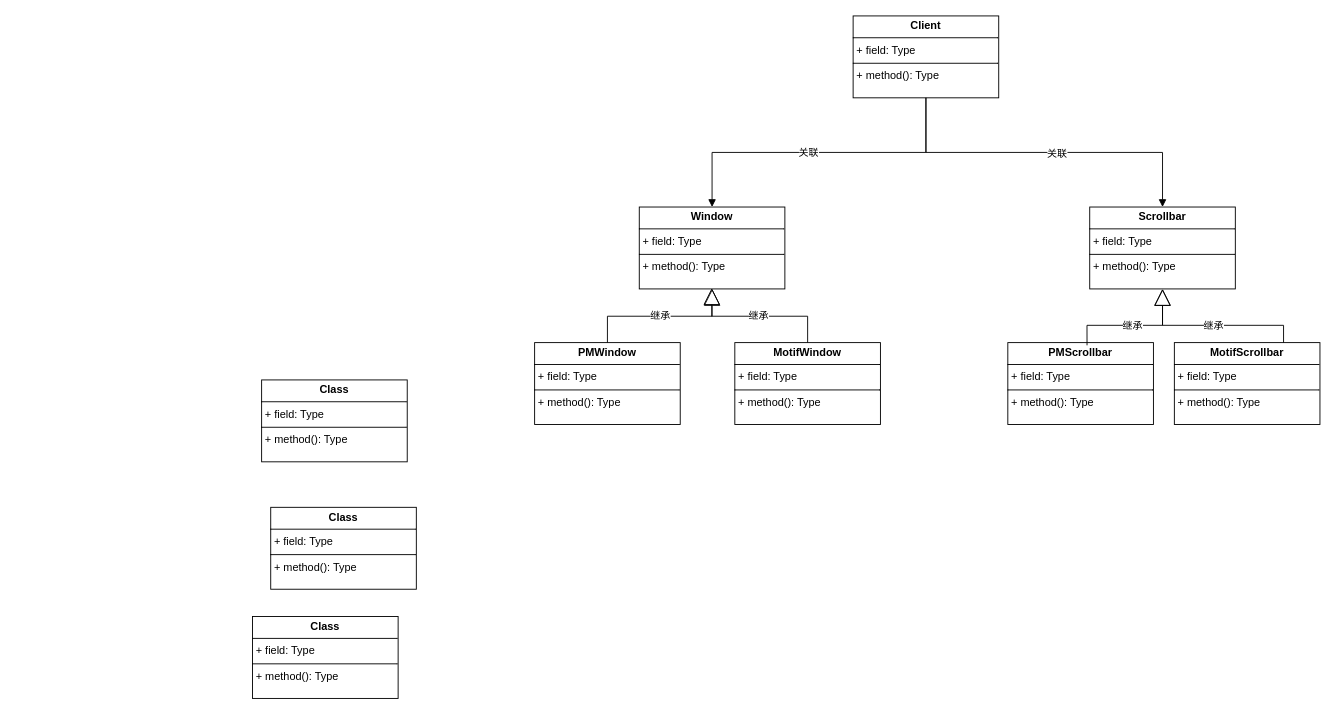
liyunhao2/technology keeps this draw.io diagram as page "第 2 页" (2 of 2) of 设计模式.drawio. Above is the earlier version. Source tidied: cells renumbered, new cells numbered last; positions are measured from the earlier drawing's top-left corner, leaving out a move shared by most shapes. Both pictures are drawn from the tidied source at 91%, with x=0, y=0 at pixel (252, 15).
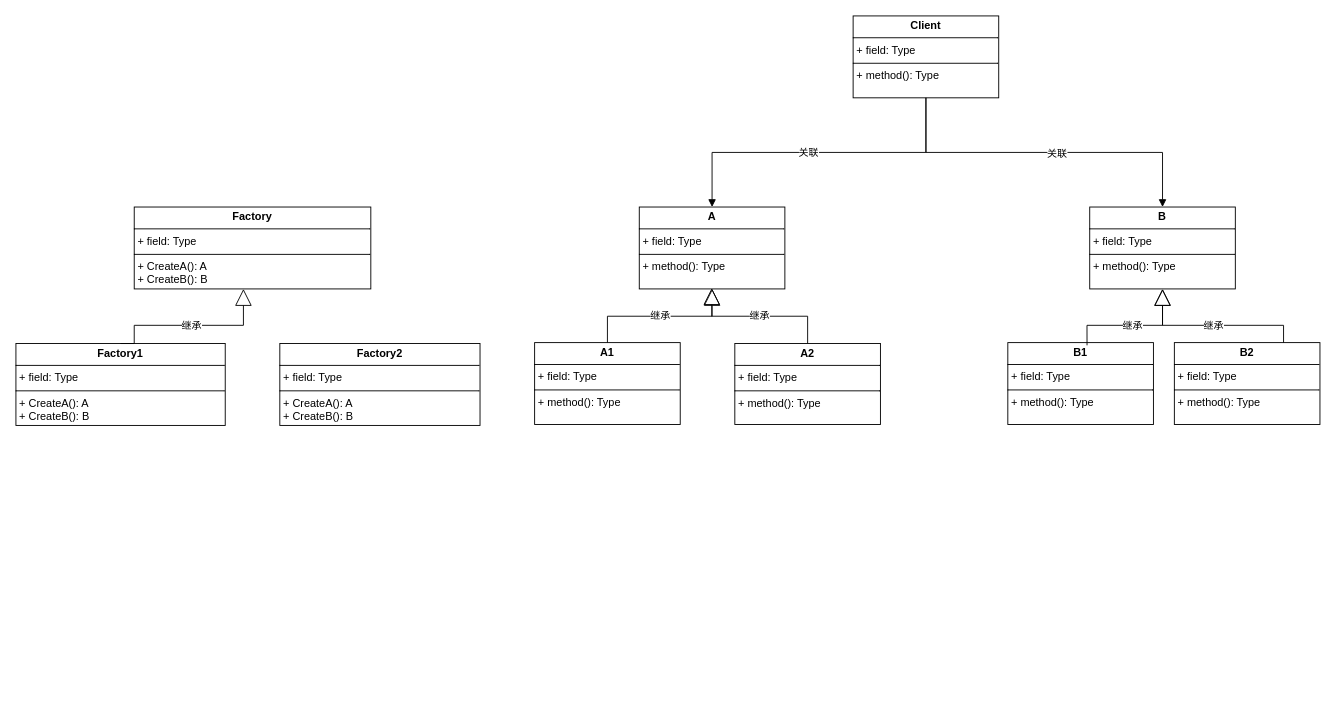
The same page after the edit.

Commit message (it also covers changes not shown here):
更新设计模式.drawio

The edit, as a diff of the source:
```diff
@@
-    <mxCell id="3" value="&lt;p style=&quot;margin:0px;margin-top:4px;text-align:center;&quot;&gt;&lt;b&gt;PMWindow&lt;/b&gt;&lt;/p&gt;&lt;hr size=&quot;1&quot; style=&quot;border-style:solid;&quot;&gt;&lt;p style=&quot;margin:0px;margin-left:4px;&quot;&gt;+ field: Type&lt;/p&gt;&lt;hr size=&quot;1&quot; style=&quot;border-style:solid;&quot;&gt;&lt;p style=&quot;margin:0px;margin-left:4px;&quot;&gt;+ method(): Type&lt;/p&gt;" style="verticalAlign=top;align=left;overflow=fill;html=1;whiteSpace=wrap;" parent="1" vertex="1">
+    <mxCell id="3" value="&lt;p style=&quot;margin:0px;margin-top:4px;text-align:center;&quot;&gt;&lt;b&gt;A1&lt;/b&gt;&lt;/p&gt;&lt;hr size=&quot;1&quot; style=&quot;border-style:solid;&quot;&gt;&lt;p style=&quot;margin:0px;margin-left:4px;&quot;&gt;+ field: Type&lt;/p&gt;&lt;hr size=&quot;1&quot; style=&quot;border-style:solid;&quot;&gt;&lt;p style=&quot;margin:0px;margin-left:4px;&quot;&gt;+ method(): Type&lt;/p&gt;" style="verticalAlign=top;align=left;overflow=fill;html=1;whiteSpace=wrap;" parent="1" vertex="1">
       <mxGeometry x="310" y="359" width="160" height="90" as="geometry" />
     </mxCell>
-    <mxCell id="4" value="&lt;p style=&quot;margin:0px;margin-top:4px;text-align:center;&quot;&gt;&lt;b&gt;Window&lt;/b&gt;&lt;/p&gt;&lt;hr size=&quot;1&quot; style=&quot;border-style:solid;&quot;&gt;&lt;p style=&quot;margin:0px;margin-left:4px;&quot;&gt;+ field: Type&lt;/p&gt;&lt;hr size=&quot;1&quot; style=&quot;border-style:solid;&quot;&gt;&lt;p style=&quot;margin:0px;margin-left:4px;&quot;&gt;+ method(): Type&lt;/p&gt;" style="verticalAlign=top;align=left;overflow=fill;html=1;whiteSpace=wrap;" parent="1" vertex="1">
+    <mxCell id="4" value="&lt;p style=&quot;margin:0px;margin-top:4px;text-align:center;&quot;&gt;&lt;b&gt;A&lt;/b&gt;&lt;/p&gt;&lt;hr size=&quot;1&quot; style=&quot;border-style:solid;&quot;&gt;&lt;p style=&quot;margin:0px;margin-left:4px;&quot;&gt;+ field: Type&lt;/p&gt;&lt;hr size=&quot;1&quot; style=&quot;border-style:solid;&quot;&gt;&lt;p style=&quot;margin:0px;margin-left:4px;&quot;&gt;+ method(): Type&lt;/p&gt;" style="verticalAlign=top;align=left;overflow=fill;html=1;whiteSpace=wrap;" parent="1" vertex="1">
       <mxGeometry x="425" y="210" width="160" height="90" as="geometry" />
     </mxCell>
-    <mxCell id="5" value="&lt;p style=&quot;margin:0px;margin-top:4px;text-align:center;&quot;&gt;&lt;b&gt;MotifWindow&lt;/b&gt;&lt;/p&gt;&lt;hr size=&quot;1&quot; style=&quot;border-style:solid;&quot;&gt;&lt;p style=&quot;margin:0px;margin-left:4px;&quot;&gt;+ field: Type&lt;/p&gt;&lt;hr size=&quot;1&quot; style=&quot;border-style:solid;&quot;&gt;&lt;p style=&quot;margin:0px;margin-left:4px;&quot;&gt;+ method(): Type&lt;/p&gt;" style="verticalAlign=top;align=left;overflow=fill;html=1;whiteSpace=wrap;" parent="1" vertex="1">
-      <mxGeometry x="530" y="359" width="160" height="90" as="geometry" />
+    <mxCell id="5" value="&lt;p style=&quot;margin:0px;margin-top:4px;text-align:center;&quot;&gt;&lt;b&gt;A2&lt;/b&gt;&lt;br&gt;&lt;/p&gt;&lt;hr size=&quot;1&quot; style=&quot;border-style:solid;&quot;&gt;&lt;p style=&quot;margin:0px;margin-left:4px;&quot;&gt;+ field: Type&lt;/p&gt;&lt;hr size=&quot;1&quot; style=&quot;border-style:solid;&quot;&gt;&lt;p style=&quot;margin:0px;margin-left:4px;&quot;&gt;+ method(): Type&lt;/p&gt;" style="verticalAlign=top;align=left;overflow=fill;html=1;whiteSpace=wrap;" parent="1" vertex="1">
+      <mxGeometry x="530" y="360" width="160" height="89" as="geometry" />
     </mxCell>
-    <mxCell id="6" value="&lt;p style=&quot;margin:0px;margin-top:4px;text-align:center;&quot;&gt;&lt;b&gt;Class&lt;/b&gt;&lt;/p&gt;&lt;hr size=&quot;1&quot; style=&quot;border-style:solid;&quot;/&gt;&lt;p style=&quot;margin:0px;margin-left:4px;&quot;&gt;+ field: Type&lt;/p&gt;&lt;hr size=&quot;1&quot; style=&quot;border-style:solid;&quot;/&gt;&lt;p style=&quot;margin:0px;margin-left:4px;&quot;&gt;+ method(): Type&lt;/p&gt;" style="verticalAlign=top;align=left;overflow=fill;html=1;whiteSpace=wrap;" parent="1" vertex="1">
-      <mxGeometry x="10" y="400" width="160" height="90" as="geometry" />
+    <mxCell id="6" value="&lt;p style=&quot;margin:0px;margin-top:4px;text-align:center;&quot;&gt;&lt;b&gt;Factory&lt;/b&gt;&lt;/p&gt;&lt;hr size=&quot;1&quot; style=&quot;border-style:solid;&quot;&gt;&lt;p style=&quot;margin:0px;margin-left:4px;&quot;&gt;+ field: Type&lt;br&gt;&lt;/p&gt;&lt;hr size=&quot;1&quot; style=&quot;border-style:solid;&quot;&gt;&lt;p style=&quot;margin:0px;margin-left:4px;&quot;&gt;+ CreateA(): A&lt;/p&gt;&lt;p style=&quot;margin:0px;margin-left:4px;&quot;&gt;+ CreateB(): B&lt;br&gt;&lt;/p&gt;" style="verticalAlign=top;align=left;overflow=fill;html=1;whiteSpace=wrap;" parent="1" vertex="1">
+      <mxGeometry x="-130" y="210" width="260" height="90" as="geometry" />
     </mxCell>
-    <mxCell id="7" value="&lt;p style=&quot;margin:0px;margin-top:4px;text-align:center;&quot;&gt;&lt;b&gt;Class&lt;/b&gt;&lt;/p&gt;&lt;hr size=&quot;1&quot; style=&quot;border-style:solid;&quot;/&gt;&lt;p style=&quot;margin:0px;margin-left:4px;&quot;&gt;+ field: Type&lt;/p&gt;&lt;hr size=&quot;1&quot; style=&quot;border-style:solid;&quot;/&gt;&lt;p style=&quot;margin:0px;margin-left:4px;&quot;&gt;+ method(): Type&lt;/p&gt;" style="verticalAlign=top;align=left;overflow=fill;html=1;whiteSpace=wrap;" parent="1" vertex="1">
-      <mxGeometry x="20" y="540" width="160" height="90" as="geometry" />
+    <mxCell id="7" value="&lt;p style=&quot;margin:0px;margin-top:4px;text-align:center;&quot;&gt;&lt;b&gt;Factory1&lt;/b&gt;&lt;/p&gt;&lt;hr size=&quot;1&quot; style=&quot;border-style:solid;&quot;&gt;&lt;p style=&quot;margin:0px;margin-left:4px;&quot;&gt;+ field: Type&lt;/p&gt;&lt;hr size=&quot;1&quot; style=&quot;border-style:solid;&quot;&gt;&lt;p style=&quot;margin: 0px 0px 0px 4px;&quot;&gt;+ CreateA(): A&lt;/p&gt;&lt;p style=&quot;margin: 0px 0px 0px 4px;&quot;&gt;+ CreateB(): B&lt;/p&gt;" style="verticalAlign=top;align=left;overflow=fill;html=1;whiteSpace=wrap;" parent="1" vertex="1">
+      <mxGeometry x="-260" y="360" width="230" height="90" as="geometry" />
     </mxCell>
-    <mxCell id="8" value="&lt;p style=&quot;margin:0px;margin-top:4px;text-align:center;&quot;&gt;&lt;b&gt;Class&lt;/b&gt;&lt;/p&gt;&lt;hr size=&quot;1&quot; style=&quot;border-style:solid;&quot;/&gt;&lt;p style=&quot;margin:0px;margin-left:4px;&quot;&gt;+ field: Type&lt;/p&gt;&lt;hr size=&quot;1&quot; style=&quot;border-style:solid;&quot;/&gt;&lt;p style=&quot;margin:0px;margin-left:4px;&quot;&gt;+ method(): Type&lt;/p&gt;" style="verticalAlign=top;align=left;overflow=fill;html=1;whiteSpace=wrap;" parent="1" vertex="1">
-      <mxGeometry y="660" width="160" height="90" as="geometry" />
+    <mxCell id="8" value="&lt;p style=&quot;margin:0px;margin-top:4px;text-align:center;&quot;&gt;&lt;b&gt;Factory2&lt;/b&gt;&lt;br&gt;&lt;/p&gt;&lt;hr size=&quot;1&quot; style=&quot;border-style:solid;&quot;&gt;&lt;p style=&quot;margin:0px;margin-left:4px;&quot;&gt;+ field: Type&lt;/p&gt;&lt;hr size=&quot;1&quot; style=&quot;border-style:solid;&quot;&gt;&lt;p style=&quot;margin: 0px 0px 0px 4px;&quot;&gt;+ CreateA(): A&lt;/p&gt;&lt;p style=&quot;margin: 0px 0px 0px 4px;&quot;&gt;+ CreateB(): B&lt;/p&gt;" style="verticalAlign=top;align=left;overflow=fill;html=1;whiteSpace=wrap;" parent="1" vertex="1">
+      <mxGeometry x="30" y="360" width="220" height="90" as="geometry" />
     </mxCell>
-    <mxCell id="9" value="&lt;p style=&quot;margin:0px;margin-top:4px;text-align:center;&quot;&gt;&lt;b&gt;PMScrollbar&lt;/b&gt;&lt;/p&gt;&lt;hr size=&quot;1&quot; style=&quot;border-style:solid;&quot;&gt;&lt;p style=&quot;margin:0px;margin-left:4px;&quot;&gt;+ field: Type&lt;/p&gt;&lt;hr size=&quot;1&quot; style=&quot;border-style:solid;&quot;&gt;&lt;p style=&quot;margin:0px;margin-left:4px;&quot;&gt;+ method(): Type&lt;/p&gt;" style="verticalAlign=top;align=left;overflow=fill;html=1;whiteSpace=wrap;" parent="1" vertex="1">
+    <mxCell id="9" value="&lt;p style=&quot;margin:0px;margin-top:4px;text-align:center;&quot;&gt;&lt;b&gt;B1&lt;/b&gt;&lt;/p&gt;&lt;hr size=&quot;1&quot; style=&quot;border-style:solid;&quot;&gt;&lt;p style=&quot;margin:0px;margin-left:4px;&quot;&gt;+ field: Type&lt;/p&gt;&lt;hr size=&quot;1&quot; style=&quot;border-style:solid;&quot;&gt;&lt;p style=&quot;margin:0px;margin-left:4px;&quot;&gt;+ method(): Type&lt;/p&gt;" style="verticalAlign=top;align=left;overflow=fill;html=1;whiteSpace=wrap;" parent="1" vertex="1">
       <mxGeometry x="830" y="359" width="160" height="90" as="geometry" />
     </mxCell>
-    <mxCell id="10" value="&lt;p style=&quot;margin:0px;margin-top:4px;text-align:center;&quot;&gt;&lt;b&gt;Scrollbar&lt;/b&gt;&lt;/p&gt;&lt;hr size=&quot;1&quot; style=&quot;border-style:solid;&quot;&gt;&lt;p style=&quot;margin:0px;margin-left:4px;&quot;&gt;+ field: Type&lt;/p&gt;&lt;hr size=&quot;1&quot; style=&quot;border-style:solid;&quot;&gt;&lt;p style=&quot;margin:0px;margin-left:4px;&quot;&gt;+ method(): Type&lt;/p&gt;" style="verticalAlign=top;align=left;overflow=fill;html=1;whiteSpace=wrap;" parent="1" vertex="1">
+    <mxCell id="10" value="&lt;p style=&quot;margin:0px;margin-top:4px;text-align:center;&quot;&gt;&lt;b&gt;B&lt;/b&gt;&lt;br&gt;&lt;/p&gt;&lt;hr size=&quot;1&quot; style=&quot;border-style:solid;&quot;&gt;&lt;p style=&quot;margin:0px;margin-left:4px;&quot;&gt;+ field: Type&lt;/p&gt;&lt;hr size=&quot;1&quot; style=&quot;border-style:solid;&quot;&gt;&lt;p style=&quot;margin:0px;margin-left:4px;&quot;&gt;+ method(): Type&lt;/p&gt;" style="verticalAlign=top;align=left;overflow=fill;html=1;whiteSpace=wrap;" parent="1" vertex="1">
       <mxGeometry x="920" y="210" width="160" height="90" as="geometry" />
     </mxCell>
-    <mxCell id="11" value="&lt;p style=&quot;margin:0px;margin-top:4px;text-align:center;&quot;&gt;&lt;b&gt;MotifScrollbar&lt;/b&gt;&lt;/p&gt;&lt;hr size=&quot;1&quot; style=&quot;border-style:solid;&quot;&gt;&lt;p style=&quot;margin:0px;margin-left:4px;&quot;&gt;+ field: Type&lt;/p&gt;&lt;hr size=&quot;1&quot; style=&quot;border-style:solid;&quot;&gt;&lt;p style=&quot;margin:0px;margin-left:4px;&quot;&gt;+ method(): Type&lt;/p&gt;" style="verticalAlign=top;align=left;overflow=fill;html=1;whiteSpace=wrap;" parent="1" vertex="1">
+    <mxCell id="11" value="&lt;p style=&quot;margin:0px;margin-top:4px;text-align:center;&quot;&gt;&lt;b&gt;B2&lt;/b&gt;&lt;br&gt;&lt;/p&gt;&lt;hr size=&quot;1&quot; style=&quot;border-style:solid;&quot;&gt;&lt;p style=&quot;margin:0px;margin-left:4px;&quot;&gt;+ field: Type&lt;/p&gt;&lt;hr size=&quot;1&quot; style=&quot;border-style:solid;&quot;&gt;&lt;p style=&quot;margin:0px;margin-left:4px;&quot;&gt;+ method(): Type&lt;/p&gt;" style="verticalAlign=top;align=left;overflow=fill;html=1;whiteSpace=wrap;" parent="1" vertex="1">
       <mxGeometry x="1013" y="359" width="160" height="90" as="geometry" />
     </mxCell>
@@
+    <mxCell id="20" value="继承" style="endArrow=block;endSize=16;endFill=0;html=1;rounded=0;edgeStyle=orthogonalEdgeStyle;exitX=0.5;exitY=0;exitDx=0;exitDy=0;" parent="1" edge="1" source="7">
+      <mxGeometry relative="1" as="geometry">
+        <mxPoint x="-10" y="300" as="targetPoint" />
+        <Array as="points">
+          <mxPoint x="-130" y="360" />
+          <mxPoint x="-130" y="340" />
+          <mxPoint x="-10" y="340" />
+        </Array>
+      </mxGeometry>
+    </mxCell>
```
